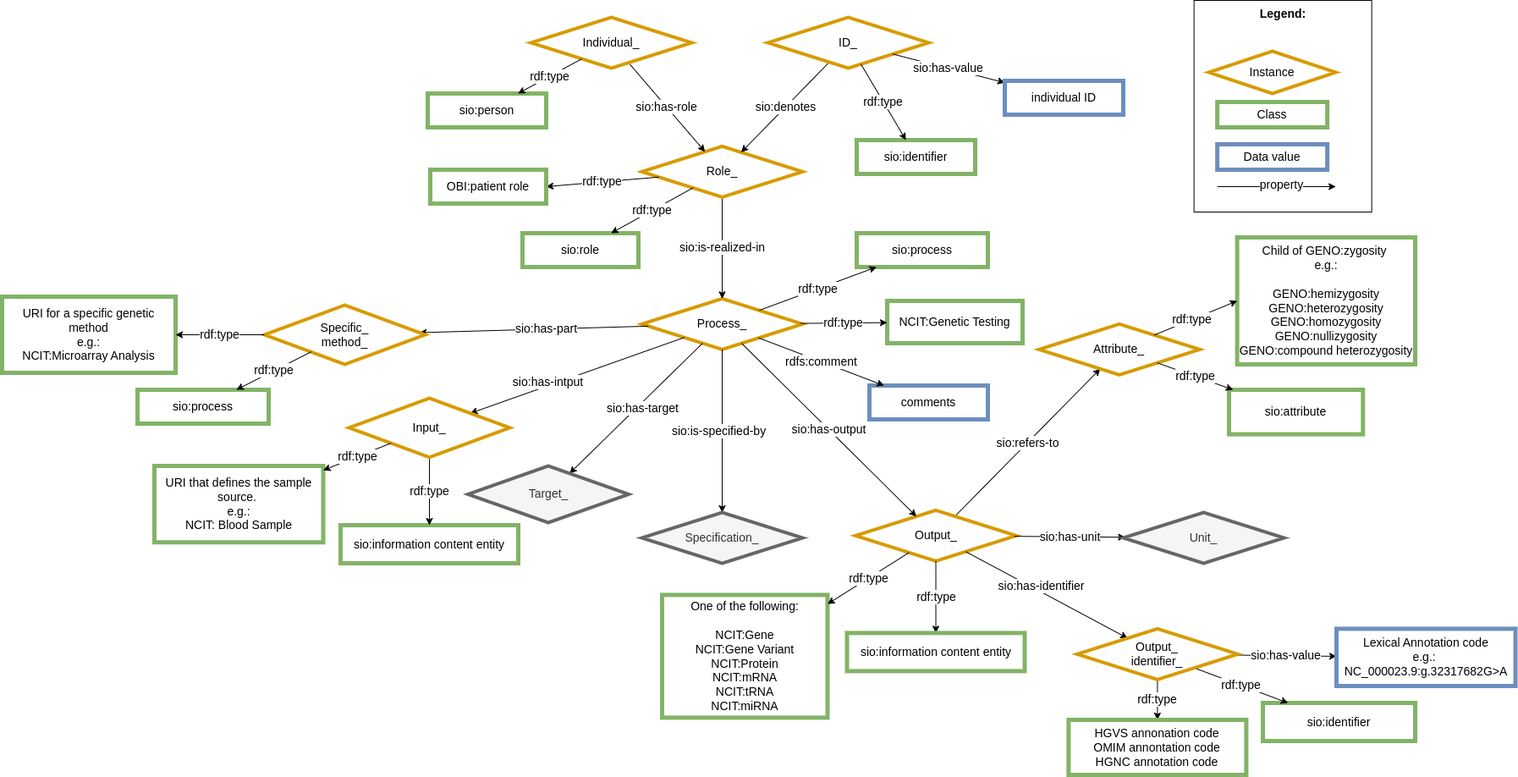
Before: images/CARE-SM-Genotype.png, a diagram exported from draw.io (CARE-SM/CARE-Semantic-Model). Source tidied: cells renumbered, new cells last; positions are measured from the earlier drawing's top-left corner, leaving out a move shared by most shapes.
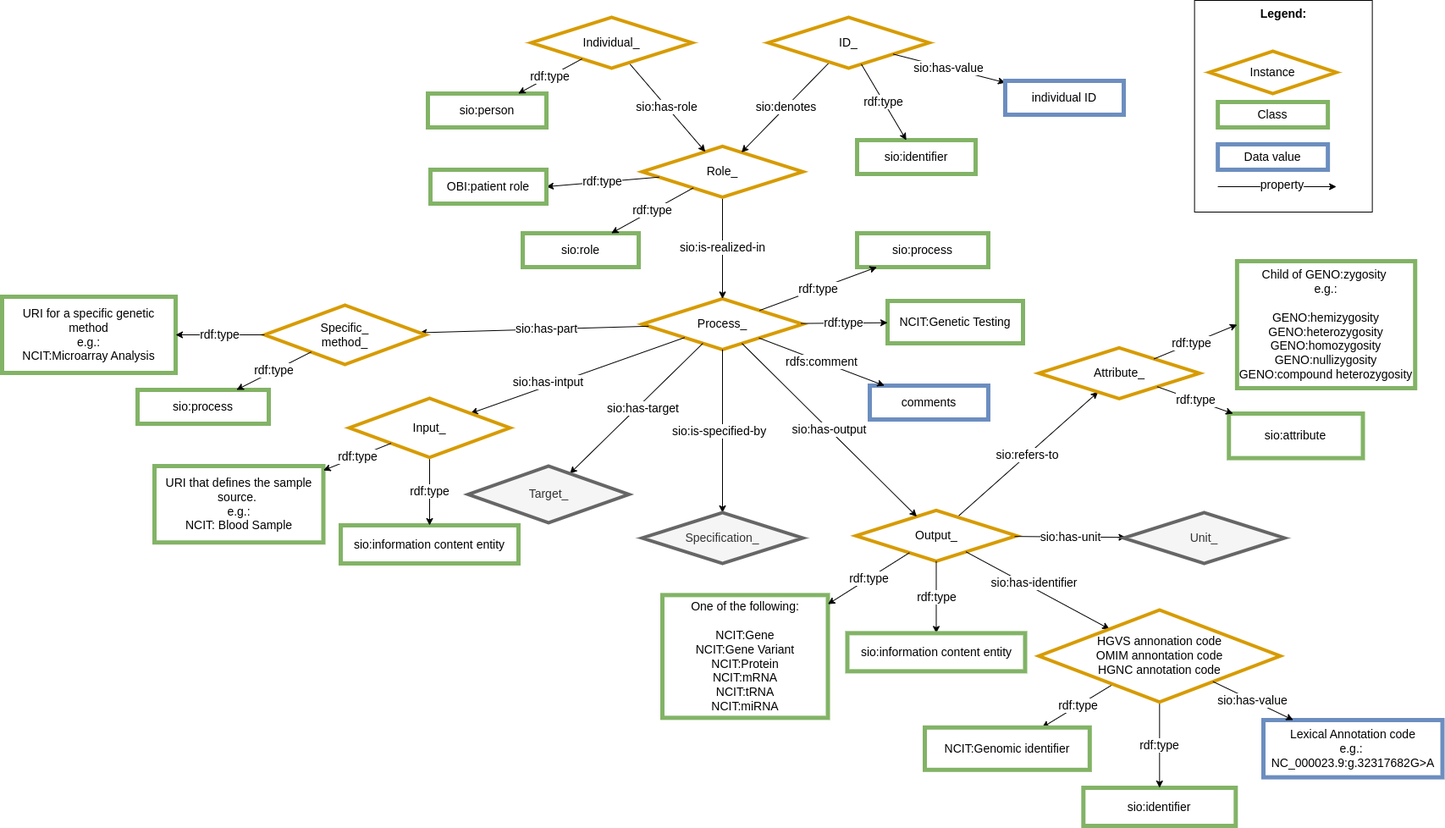
The same file after the commit.

Diff of the diagram source:
```diff
@@ -39,10 +39,10 @@
       <mxGeometry x="625" y="20" width="190" height="60" as="geometry" />
     </mxCell>
     <mxCell id="14" value="Attribute_" style="rhombus;whiteSpace=wrap;html=1;fillColor=#FFFFFF;strokeColor=#D79B00;perimeter=rhombusPerimeter;arcSize=20;comic=0;enumerate=0;strokeWidth=4;rounded=0;fontSize=14;" parent="1" vertex="1">
-      <mxGeometry x="1225.4" y="382.4" width="190" height="60" as="geometry" />
+      <mxGeometry x="1224.6" y="410.4" width="190" height="60" as="geometry" />
     </mxCell>
     <mxCell id="15" value="sio:attribute" style="whiteSpace=wrap;html=1;fillColor=#FFFFFF;strokeColor=#82b366;strokeWidth=5;fontSize=14;" parent="1" vertex="1">
-      <mxGeometry x="1450" y="460" width="158.2" height="52.6" as="geometry" />
+      <mxGeometry x="1449.2" y="488" width="158.2" height="52.6" as="geometry" />
     </mxCell>
     <mxCell id="16" value="sio:role" style="whiteSpace=wrap;html=1;fillColor=#FFFFFF;strokeColor=#82b366;strokeWidth=5;fontSize=14;" parent="1" vertex="1">
       <mxGeometry x="615" y="275" width="137" height="40" as="geometry" />
@@ -137,20 +137,17 @@
     <mxCell id="41" value="rdf:type" style="edgeStyle=none;rounded=0;jettySize=auto;html=1;fontSize=14;" parent="1" edge="1" source="59" target="42">
       <mxGeometry relative="1" as="geometry" />
     </mxCell>
-    <mxCell id="42" value="&lt;div style=&quot;font-size: 14px;&quot;&gt;HGVS annonation code&lt;/div&gt;&lt;div style=&quot;font-size: 14px;&quot;&gt;OMIM annontation code&lt;/div&gt;&lt;div style=&quot;font-size: 14px;&quot;&gt;HGNC annotation code&lt;/div&gt;" style="whiteSpace=wrap;html=1;fillColor=#FFFFFF;strokeColor=#82b366;strokeWidth=5;fontSize=14;" parent="1" vertex="1">
-      <mxGeometry x="1260.4" y="850" width="210" height="65" as="geometry" />
+    <mxCell id="42" value="&lt;div style=&quot;font-size: 14px;&quot;&gt;NCIT:Genomic identifier&lt;/div&gt;" style="whiteSpace=wrap;html=1;fillColor=#FFFFFF;strokeColor=#82b366;strokeWidth=5;fontSize=14;" parent="1" vertex="1">
+      <mxGeometry x="1090" y="858.8" width="194.8" height="50" as="geometry" />
     </mxCell>
     <mxCell id="43" value="&lt;span style=&quot;background-color: initial; font-size: 14px;&quot;&gt;&lt;div style=&quot;font-size: 14px;&quot;&gt;&lt;div style=&quot;font-size: 14px;&quot;&gt;&lt;div style=&quot;font-size: 14px;&quot;&gt;Child of GENO:zygosity&amp;nbsp;&lt;/div&gt;&lt;div style=&quot;font-size: 14px;&quot;&gt;e.g.:&lt;/div&gt;&lt;div style=&quot;font-size: 14px;&quot;&gt;&lt;br style=&quot;font-size: 14px;&quot;&gt;&lt;/div&gt;&lt;div style=&quot;font-size: 14px;&quot;&gt;GENO:hemizygosity&lt;/div&gt;&lt;div style=&quot;font-size: 14px;&quot;&gt;GENO:heterozygosity&lt;/div&gt;&lt;div style=&quot;font-size: 14px;&quot;&gt;GENO:homozygosity&lt;/div&gt;&lt;div style=&quot;font-size: 14px;&quot;&gt;GENO:nullizygosity&lt;/div&gt;&lt;div style=&quot;font-size: 14px;&quot;&gt;GENO:compound heterozygosity&lt;/div&gt;&lt;/div&gt;&lt;/div&gt;&lt;/span&gt;" style="whiteSpace=wrap;html=1;fillColor=#FFFFFF;strokeColor=#82b366;strokeWidth=5;fontSize=14;" parent="1" vertex="1">
-      <mxGeometry x="1459.6" y="280" width="210.4" height="150" as="geometry" />
+      <mxGeometry x="1458.9" y="308" width="210.4" height="150" as="geometry" />
     </mxCell>
     <mxCell id="44" value="rdf:type" style="edgeStyle=none;rounded=0;jettySize=auto;html=1;entryX=0;entryY=0.5;entryDx=0;entryDy=0;fontSize=14;" parent="1" edge="1" source="14" target="43">
       <mxGeometry x="-0.09" relative="1" as="geometry" />
     </mxCell>
-    <mxCell id="45" value="sio:has-value" style="rounded=0;jettySize=auto;html=1;fontSize=14;" parent="1" edge="1" source="59" target="46">
-      <mxGeometry relative="1" as="geometry" />
-    </mxCell>
     <mxCell id="46" value="&lt;div style=&quot;font-size: 14px;&quot;&gt;Lexical Annotation code&lt;/div&gt;&lt;div style=&quot;font-size: 14px;&quot;&gt;e.g.:&amp;nbsp;&lt;/div&gt;&lt;div style=&quot;font-size: 14px;&quot;&gt;NC_000023.9:g.32317682G&amp;gt;A&lt;/div&gt;" style="whiteSpace=wrap;html=1;fillColor=#FFFFFF;strokeColor=#6c8ebf;strokeWidth=5;fontSize=14;" parent="1" vertex="1">
-      <mxGeometry x="1577" y="742.4" width="211.5" height="67.6" as="geometry" />
+      <mxGeometry x="1490" y="850" width="211.5" height="67.6" as="geometry" />
     </mxCell>
     <mxCell id="47" value="rdf:type" style="edgeStyle=none;rounded=0;jettySize=auto;html=1;entryX=1;entryY=0.5;entryDx=0;entryDy=0;fontSize=14;" parent="1" edge="1" source="9" target="48">
       <mxGeometry relative="1" as="geometry" />
@@ -180,7 +177,7 @@
       <mxGeometry relative="1" as="geometry" />
     </mxCell>
     <mxCell id="56" value="&lt;font style=&quot;font-size: 14px;&quot;&gt;sio:identifier&lt;/font&gt;" style="whiteSpace=wrap;html=1;fillColor=#FFFFFF;strokeColor=#82b366;strokeWidth=5;fontSize=14;" parent="1" vertex="1">
-      <mxGeometry x="1490" y="830" width="180" height="45" as="geometry" />
+      <mxGeometry x="1277.3" y="930" width="180" height="45" as="geometry" />
     </mxCell>
     <mxCell id="57" value="Unit_" style="rhombus;whiteSpace=wrap;html=1;fillColor=#f5f5f5;strokeColor=#666666;perimeter=rhombusPerimeter;arcSize=20;comic=0;enumerate=0;strokeWidth=4;rounded=0;fontSize=14;fontColor=#333333;" parent="1" vertex="1">
       <mxGeometry x="1325" y="605" width="190" height="60" as="geometry" />
@@ -188,8 +185,8 @@
     <mxCell id="58" value="rdf:type" style="edgeStyle=none;rounded=0;jettySize=auto;html=1;fontSize=14;" parent="1" edge="1" source="59" target="56">
       <mxGeometry relative="1" as="geometry" />
     </mxCell>
-    <mxCell id="59" value="Output_&lt;div style=&quot;font-size: 14px;&quot;&gt;identifier_&lt;/div&gt;" style="rhombus;whiteSpace=wrap;html=1;fillColor=#FFFFFF;strokeColor=#D79B00;perimeter=rhombusPerimeter;arcSize=20;comic=0;enumerate=0;strokeWidth=4;rounded=0;fontSize=14;" parent="1" vertex="1">
-      <mxGeometry x="1270.4" y="742.4" width="190" height="60" as="geometry" />
+    <mxCell id="59" value="&lt;div&gt;HGVS annonation code&lt;/div&gt;&lt;div&gt;OMIM annontation code&lt;/div&gt;&lt;div&gt;HGNC annotation code&lt;/div&gt;" style="rhombus;whiteSpace=wrap;html=1;fillColor=#FFFFFF;strokeColor=#D79B00;perimeter=rhombusPerimeter;arcSize=20;comic=0;enumerate=0;strokeWidth=4;rounded=0;fontSize=14;" parent="1" vertex="1">
+      <mxGeometry x="1224.6" y="720" width="285.4" height="108.7" as="geometry" />
     </mxCell>
     <mxCell id="60" value="Target_" style="rhombus;whiteSpace=wrap;html=1;fillColor=#f5f5f5;strokeColor=#666666;perimeter=rhombusPerimeter;arcSize=20;comic=0;enumerate=0;strokeWidth=4;rounded=0;fontColor=#333333;fontSize=14;" parent="1" vertex="1">
       <mxGeometry x="550.5" y="550" width="190" height="67" as="geometry" />
@@ -233,5 +230,8 @@
     <mxCell id="73" value="rdf:type" style="edgeStyle=none;rounded=0;jettySize=auto;html=1;fontSize=14;" parent="1" edge="1" source="14" target="15">
       <mxGeometry relative="1" as="geometry" />
     </mxCell>
+    <mxCell id="45" value="sio:has-value" style="rounded=0;jettySize=auto;html=1;fontSize=14;" parent="1" edge="1" source="59" target="46">
+      <mxGeometry relative="1" as="geometry" />
+    </mxCell>
   </root>
 </mxGraphModel>
```
